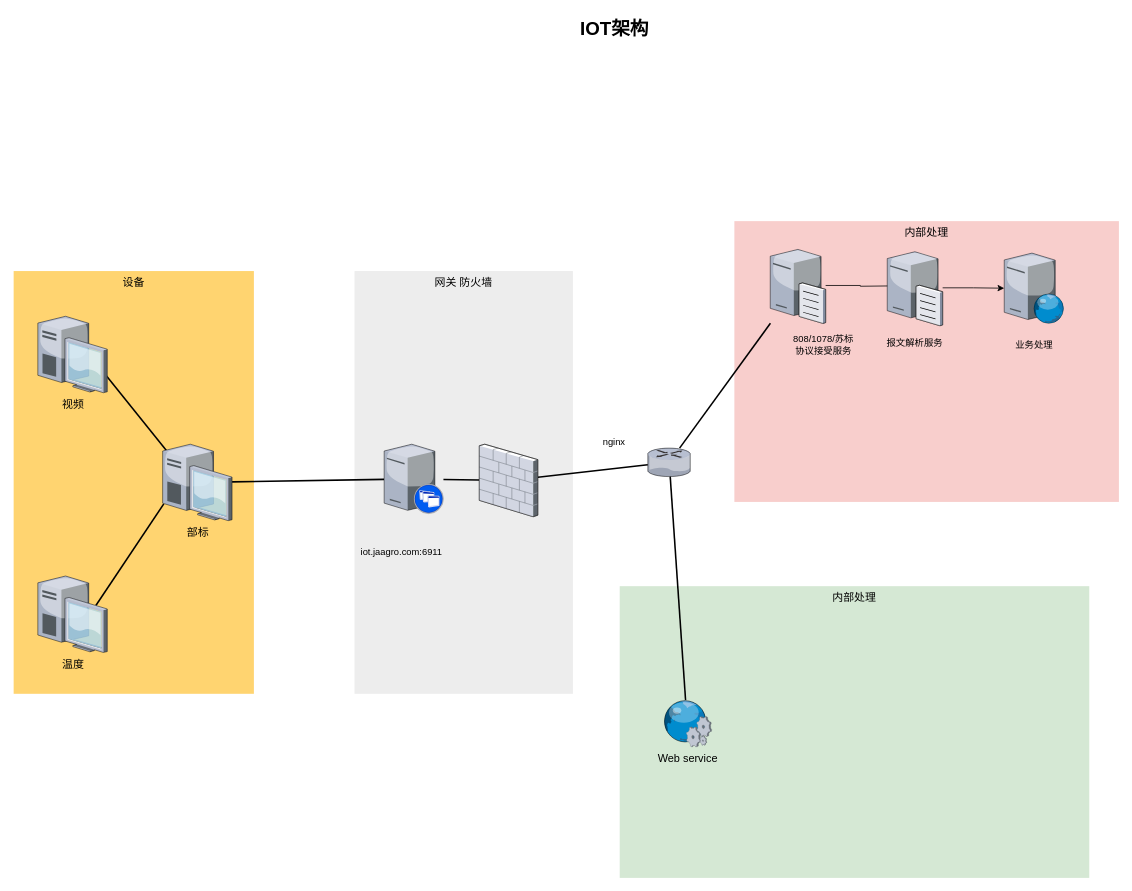
Earlier version of the draw.io diagram com.diagram/Untitled Diagram.drawio (MileyWong/diagram). Source tidied: cells renumbered, new cells numbered last; positions are measured from the earlier drawing's top-left corner, leaving out a move shared by most shapes. Both pictures are drawn from the tidied source at 78%, with x=0, y=0 at pixel (13, 13).
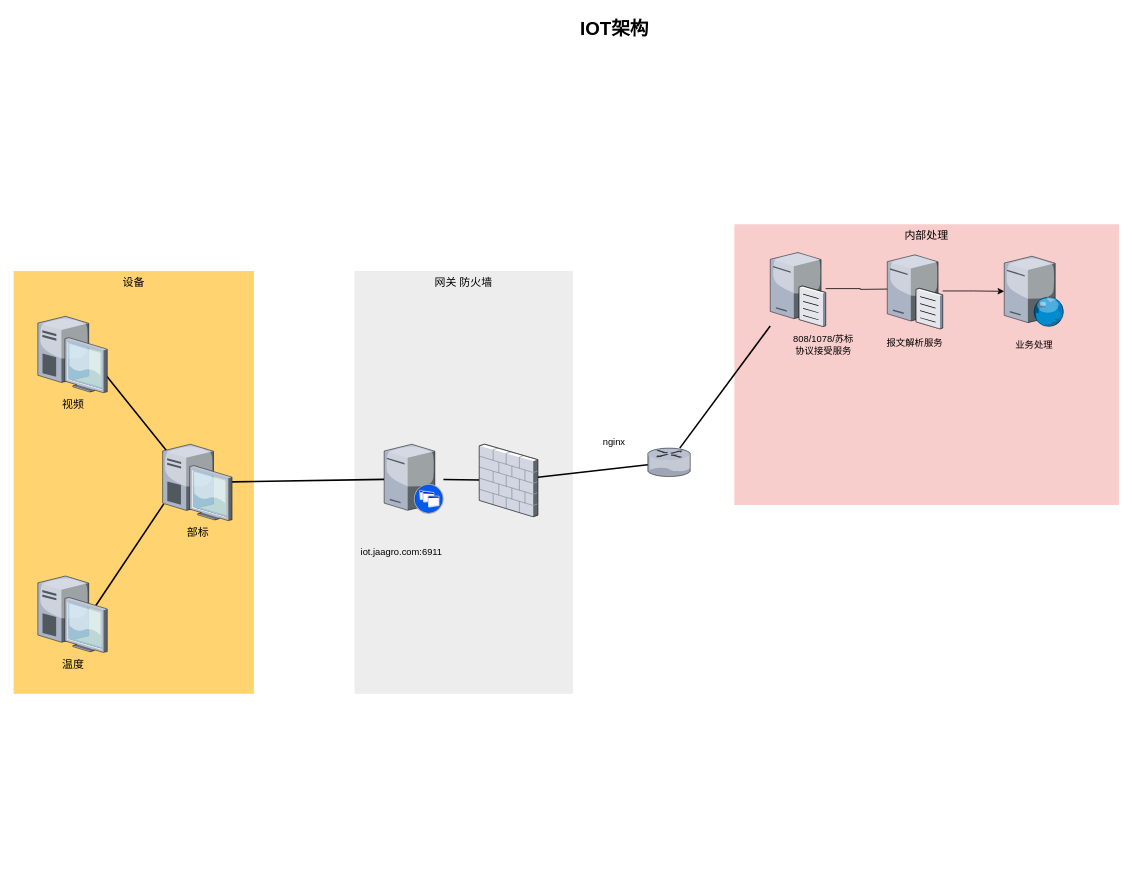
The same page after the edit.

Commit message:
设备上传数据解析过程-拓扑图.drawio

Unchanged cells that the change refers to:
```xml
<mxCell id="15" style="verticalLabelPosition=bottom;html=1;verticalAlign=top;strokeColor=none;shape=mxgraph.citrix.router;fillColor=#66B2FF;gradientColor=#0066CC;fontSize=14;" parent="1" vertex="1">
  <mxGeometry x="813" y="557" width="55" height="36.5" as="geometry" />
</mxCell>
```

Diff of the diagram source:
```diff
@@
     <mxCell id="2" value="内部处理" style="whiteSpace=wrap;html=1;fillColor=#f8cecc;fontSize=14;strokeColor=none;verticalAlign=top;" parent="1" vertex="1">
-      <mxGeometry x="924" y="266" width="493" height="360" as="geometry" />
+      <mxGeometry x="924" y="270" width="493" height="360" as="geometry" />
     </mxCell>
-    <mxCell id="3" value="内部处理" style="whiteSpace=wrap;html=1;fillColor=#d5e8d4;fontSize=14;strokeColor=none;verticalAlign=top;" parent="1" vertex="1">
-      <mxGeometry x="777" y="734" width="602" height="374" as="geometry" />
-    </mxCell>
@@
-    <mxCell id="18" style="edgeStyle=none;rounded=0;html=1;startSize=10;endSize=10;jettySize=auto;fontSize=14;endArrow=none;endFill=0;strokeWidth=2;" parent="1" edge="1" source="19" target="15">
-      <mxGeometry relative="1" as="geometry" />
-    </mxCell>
-    <mxCell id="19" value="Web service" style="verticalLabelPosition=bottom;html=1;verticalAlign=top;strokeColor=none;shape=mxgraph.citrix.web_service;fillColor=#66B2FF;gradientColor=#0066CC;fontSize=14;" parent="1" vertex="1">
-      <mxGeometry x="832" y="880" width="63" height="60" as="geometry" />
-    </mxCell>
@@
     <mxCell id="23" style="edgeStyle=orthogonalEdgeStyle;rounded=0;jettySize=auto;html=1;" parent="1" edge="1" source="24">
       <mxGeometry relative="1" as="geometry">
-        <mxPoint x="1130" y="349" as="targetPoint" />
+        <mxPoint x="1130" y="353" as="targetPoint" />
       </mxGeometry>
     </mxCell>
     <mxCell id="24" style="verticalLabelPosition=bottom;html=1;verticalAlign=top;strokeColor=none;align=center;outlineConnect=0;shape=mxgraph.citrix.file_server;" parent="1" vertex="1">
-      <mxGeometry x="970" y="300" width="71" height="97" as="geometry" />
+      <mxGeometry x="970" y="304" width="71" height="97" as="geometry" />
     </mxCell>
@@
     <mxCell id="27" style="verticalLabelPosition=bottom;html=1;verticalAlign=top;strokeColor=none;align=center;outlineConnect=0;shape=mxgraph.citrix.file_server;" parent="1" vertex="1">
-      <mxGeometry x="1120" y="303" width="71" height="97" as="geometry" />
+      <mxGeometry x="1120" y="307" width="71" height="97" as="geometry" />
     </mxCell>
@@
     <mxCell id="29" style="verticalLabelPosition=bottom;html=1;verticalAlign=top;strokeColor=none;align=center;outlineConnect=0;shape=mxgraph.citrix.web_server;" parent="1" vertex="1">
-      <mxGeometry x="1270" y="307" width="76.5" height="90" as="geometry" />
+      <mxGeometry x="1270" y="311" width="76.5" height="90" as="geometry" />
     </mxCell>
```
